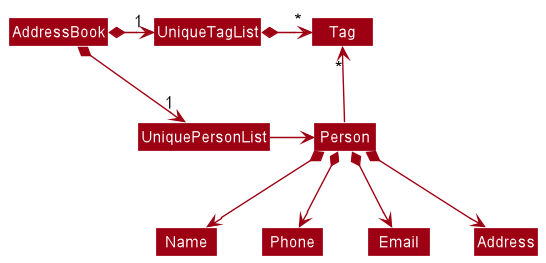
Above: docs/images/BetterModelClassDiagram.png in nus-cs2103-AY2223S1/tp (PlantUML), before the change.
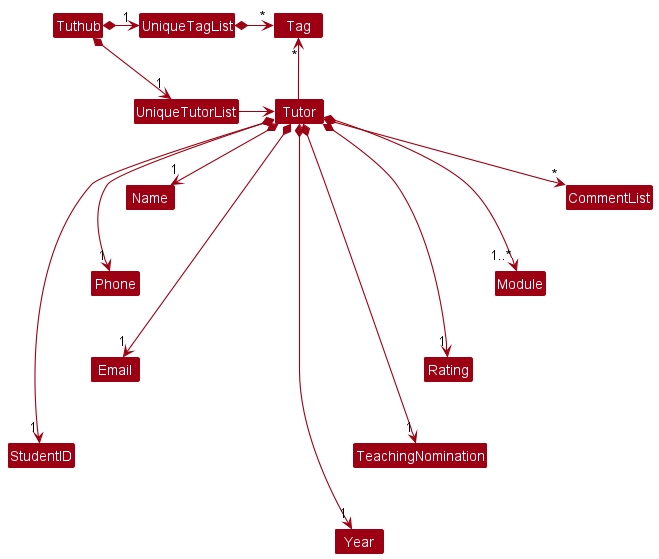
Above is the later version.

Commit message:
Update `BetterModelClassDiagram` to fit current Tuthub

The edit, as a diff of the source:
```diff
@@ -4,18 +4,32 @@
 skinparam arrowColor MODEL_COLOR
 skinparam classBackgroundColor MODEL_COLOR
 
-AddressBook *-right-> "1" UniquePersonList
-AddressBook *-right-> "1" UniqueTagList
-UniqueTagList -[hidden]down- UniquePersonList
-UniqueTagList -[hidden]down- UniquePersonList
+Tuthub *-right-> "1" UniqueTutorList
+Tuthub *-right-> "1" UniqueTagList
+UniqueTagList -[hidden]down- UniqueTutorList
+UniqueTagList -[hidden]down- UniqueTutorList
 
 UniqueTagList *-right-> "*" Tag
-UniquePersonList -right-> Person
+UniqueTutorList -right-> Tutor
 
-Person -up-> "*" Tag
+Tutor -up-> "*" Tag
 
-Person *--> Name
-Person *--> Phone
-Person *--> Email
-Person *--> Address
+Tutor *--> "*" CommentList
+Tutor *--> "1" Name
+Tutor *--> "1" Phone
+Tutor *--> "1" Email
+Tutor *--> "1" StudentID
+Tutor *--> "1..*" Module
+Tutor *--> "1" Rating
+Tutor *--> "1" TeachingNomination
+Tutor *--> "1" Year
+
+Name -[hidden]down-> Phone
+Phone -[hidden]down-> Email
+Email -[hidden]down-> StudentID
+
+CommentList -[hidden]down->Module
+Module -[hidden]down-> Rating
+Rating -[hidden]down-> TeachingNomination
+TeachingNomination -[hidden]down-> Year
 @enduml
```
